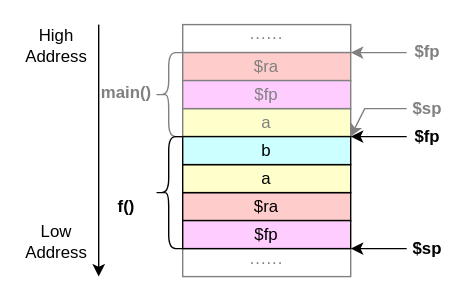
Earlier version of the draw.io export docs/tutorials/imgs/chapter07-3/stack-frame-example.svg (wokron/tolangc). Source tidied: cells renumbered, new cells last; positions are measured from the earlier drawing's top-left corner, leaving out a move shared by most shapes. Its diagram source:
```xml
<mxGraphModel>
  <root>
    <mxCell id="0" />
    <mxCell id="1" parent="0" />
    <mxCell id="2" value="······" style="rounded=0;whiteSpace=wrap;html=1;strokeColor=#808080;fontColor=#808080;" parent="1" vertex="1">
      <mxGeometry x="120" y="160" width="120" height="20" as="geometry" />
    </mxCell>
    <mxCell id="3" value="······" style="rounded=0;whiteSpace=wrap;html=1;fontColor=#808080;strokeColor=#808080;" parent="1" vertex="1">
      <mxGeometry x="120" width="120" height="20" as="geometry" />
    </mxCell>
    <mxCell id="4" value="$ra" style="rounded=0;whiteSpace=wrap;html=1;fillColor=#FFCCCC;fontColor=#808080;strokeColor=#808080;" parent="1" vertex="1">
      <mxGeometry x="120" y="20" width="120" height="20" as="geometry" />
    </mxCell>
    <mxCell id="5" value="a" style="rounded=0;whiteSpace=wrap;html=1;fillColor=#FFFFCC;fontColor=#808080;strokeColor=#808080;" parent="1" vertex="1">
      <mxGeometry x="120" y="60" width="120" height="20" as="geometry" />
    </mxCell>
    <mxCell id="6" value="$fp" style="rounded=0;whiteSpace=wrap;html=1;fillColor=#FFCCFF;fontColor=#808080;strokeColor=#808080;" parent="1" vertex="1">
      <mxGeometry x="120" y="40" width="120" height="20" as="geometry" />
    </mxCell>
    <mxCell id="7" value="$ra" style="rounded=0;whiteSpace=wrap;html=1;fillColor=#FFCCCC;" parent="1" vertex="1">
      <mxGeometry x="120" y="120" width="120" height="20" as="geometry" />
    </mxCell>
    <mxCell id="8" value="a" style="rounded=0;whiteSpace=wrap;html=1;fillColor=#FFFFCC;" parent="1" vertex="1">
      <mxGeometry x="120" y="100" width="120" height="20" as="geometry" />
    </mxCell>
    <mxCell id="9" value="b" style="rounded=0;whiteSpace=wrap;html=1;fillColor=#CCFFFF;" parent="1" vertex="1">
      <mxGeometry x="120" y="80" width="120" height="20" as="geometry" />
    </mxCell>
    <mxCell id="10" value="$fp" style="rounded=0;whiteSpace=wrap;html=1;fillColor=#FFCCFF;" parent="1" vertex="1">
      <mxGeometry x="120" y="140" width="120" height="20" as="geometry" />
    </mxCell>
    <mxCell id="11" style="shape=curlyBracket;whiteSpace=wrap;html=1;rounded=1;labelPosition=left;verticalLabelPosition=middle;align=right;verticalAlign=middle;fontColor=#808080;strokeColor=#808080;" parent="1" vertex="1">
      <mxGeometry x="100" y="20" width="20" height="60" as="geometry" />
    </mxCell>
    <mxCell id="12" style="shape=curlyBracket;whiteSpace=wrap;html=1;rounded=1;labelPosition=left;verticalLabelPosition=middle;align=right;verticalAlign=middle;" parent="1" vertex="1">
      <mxGeometry x="100" y="80" width="20" height="80" as="geometry" />
    </mxCell>
    <mxCell id="13" value="main()" style="text;html=1;strokeColor=none;fillColor=none;align=center;verticalAlign=middle;whiteSpace=wrap;rounded=0;fontStyle=1;fontColor=#808080;" parent="1" vertex="1">
      <mxGeometry x="60" y="34" width="40" height="30" as="geometry" />
    </mxCell>
    <mxCell id="14" value="f()" style="text;html=1;strokeColor=none;fillColor=none;align=center;verticalAlign=middle;whiteSpace=wrap;rounded=0;fontStyle=1;" parent="1" vertex="1">
      <mxGeometry x="60" y="115" width="40" height="30" as="geometry" />
    </mxCell>
    <mxCell id="15" style="endArrow=classic;html=1;rounded=0;strokeColor=#808080;fontColor=#808080;entryX=1;entryY=0;entryDx=0;entryDy=0;" parent="1" edge="1" target="9">
      <mxGeometry relative="1" as="geometry">
        <mxPoint x="280" y="60" as="sourcePoint" />
        <Array as="points">
          <mxPoint x="250" y="60" />
        </Array>
      </mxGeometry>
    </mxCell>
    <mxCell id="16" value="$sp" style="text;html=1;strokeColor=none;fillColor=none;align=center;verticalAlign=middle;whiteSpace=wrap;rounded=0;fontStyle=1;fontColor=#808080;" parent="1" vertex="1">
      <mxGeometry x="280" y="50" width="30" height="20" as="geometry" />
    </mxCell>
    <mxCell id="17" style="endArrow=classic;html=1;rounded=0;" parent="1" edge="1">
      <mxGeometry relative="1" as="geometry">
        <mxPoint x="280" y="80" as="sourcePoint" />
        <mxPoint x="240" y="80" as="targetPoint" />
      </mxGeometry>
    </mxCell>
    <mxCell id="18" value="$fp" style="text;html=1;strokeColor=none;fillColor=none;align=center;verticalAlign=middle;whiteSpace=wrap;rounded=0;fontStyle=1;" parent="1" vertex="1">
      <mxGeometry x="280" y="70" width="30" height="20" as="geometry" />
    </mxCell>
    <mxCell id="19" style="endArrow=classic;html=1;rounded=0;" parent="1" edge="1">
      <mxGeometry relative="1" as="geometry">
        <mxPoint x="60" as="sourcePoint" />
        <mxPoint x="60" y="180" as="targetPoint" />
      </mxGeometry>
    </mxCell>
    <mxCell id="20" value="High Address" style="text;html=1;strokeColor=none;fillColor=none;align=center;verticalAlign=middle;whiteSpace=wrap;rounded=0;" parent="1" vertex="1">
      <mxGeometry width="60" height="30" as="geometry" />
    </mxCell>
    <mxCell id="21" value="Low Address" style="text;html=1;strokeColor=none;fillColor=none;align=center;verticalAlign=middle;whiteSpace=wrap;rounded=0;" parent="1" vertex="1">
      <mxGeometry y="140" width="60" height="30" as="geometry" />
    </mxCell>
    <mxCell id="22" style="endArrow=classic;html=1;rounded=0;strokeColor=#808080;fontColor=#808080;" parent="1" edge="1">
      <mxGeometry relative="1" as="geometry">
        <mxPoint x="280" y="20" as="sourcePoint" />
        <mxPoint x="240" y="20" as="targetPoint" />
      </mxGeometry>
    </mxCell>
    <mxCell id="23" value="$fp" style="text;html=1;strokeColor=none;fillColor=none;align=center;verticalAlign=middle;whiteSpace=wrap;rounded=0;fontStyle=1;fontColor=#808080;" parent="1" vertex="1">
      <mxGeometry x="280" y="10" width="30" height="20" as="geometry" />
    </mxCell>
    <mxCell id="24" style="endArrow=classic;html=1;rounded=0;" parent="1" edge="1">
      <mxGeometry relative="1" as="geometry">
        <mxPoint x="280" y="160" as="sourcePoint" />
        <mxPoint x="240" y="160" as="targetPoint" />
      </mxGeometry>
    </mxCell>
    <mxCell id="25" value="$sp" style="text;html=1;strokeColor=none;fillColor=none;align=center;verticalAlign=middle;whiteSpace=wrap;rounded=0;fontStyle=1;" parent="1" vertex="1">
      <mxGeometry x="280" y="150" width="30" height="20" as="geometry" />
    </mxCell>
  </root>
</mxGraphModel>
```
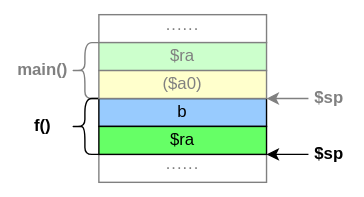
Above is the later version.

Commit message:
update: stack frame for MIPS

The edit, as a diff of the source:
```diff
@@ -2,94 +2,53 @@
   <root>
     <mxCell id="0" />
     <mxCell id="1" parent="0" />
+    <mxCell id="3" value="······" style="rounded=0;whiteSpace=wrap;html=1;fontColor=#808080;strokeColor=#808080;" parent="1" vertex="1">
+      <mxGeometry x="120" width="120" height="20" as="geometry" />
+    </mxCell>
-    <mxCell id="2" value="······" style="rounded=0;whiteSpace=wrap;html=1;strokeColor=#808080;fontColor=#808080;" parent="1" vertex="1">
-      <mxGeometry x="120" y="160" width="120" height="20" as="geometry" />
+    <mxCell id="2" value="······" style="rounded=0;whiteSpace=wrap;html=1;fontColor=#808080;strokeColor=#808080;" parent="1" vertex="1">
+      <mxGeometry x="120" y="100" width="120" height="20" as="geometry" />
     </mxCell>
-    <mxCell id="3" value="······" style="rounded=0;whiteSpace=wrap;html=1;fontColor=#808080;strokeColor=#808080;" parent="1" vertex="1">
-      <mxGeometry x="120" width="120" height="20" as="geometry" />
-    </mxCell>
-    <mxCell id="4" value="$ra" style="rounded=0;whiteSpace=wrap;html=1;fillColor=#FFCCCC;fontColor=#808080;strokeColor=#808080;" parent="1" vertex="1">
+    <mxCell id="4" value="$ra" style="rounded=0;whiteSpace=wrap;html=1;fillColor=#CCFFCC;fontColor=#808080;strokeColor=#808080;" parent="1" vertex="1">
       <mxGeometry x="120" y="20" width="120" height="20" as="geometry" />
     </mxCell>
-    <mxCell id="5" value="a" style="rounded=0;whiteSpace=wrap;html=1;fillColor=#FFFFCC;fontColor=#808080;strokeColor=#808080;" parent="1" vertex="1">
-      <mxGeometry x="120" y="60" width="120" height="20" as="geometry" />
-    </mxCell>
-    <mxCell id="6" value="$fp" style="rounded=0;whiteSpace=wrap;html=1;fillColor=#FFCCFF;fontColor=#808080;strokeColor=#808080;" parent="1" vertex="1">
-      <mxGeometry x="120" y="40" width="120" height="20" as="geometry" />
-    </mxCell>
-    <mxCell id="7" value="$ra" style="rounded=0;whiteSpace=wrap;html=1;fillColor=#FFCCCC;" parent="1" vertex="1">
-      <mxGeometry x="120" y="120" width="120" height="20" as="geometry" />
-    </mxCell>
-    <mxCell id="8" value="a" style="rounded=0;whiteSpace=wrap;html=1;fillColor=#FFFFCC;" parent="1" vertex="1">
-      <mxGeometry x="120" y="100" width="120" height="20" as="geometry" />
-    </mxCell>
-    <mxCell id="9" value="b" style="rounded=0;whiteSpace=wrap;html=1;fillColor=#CCFFFF;" parent="1" vertex="1">
-      <mxGeometry x="120" y="80" width="120" height="20" as="geometry" />
+    <mxCell id="9" value="b" style="rounded=0;whiteSpace=wrap;html=1;fillColor=#98CBFE;" parent="1" vertex="1">
+      <mxGeometry x="120" y="60" width="120" height="20" as="geometry" />
     </mxCell>
-    <mxCell id="10" value="$fp" style="rounded=0;whiteSpace=wrap;html=1;fillColor=#FFCCFF;" parent="1" vertex="1">
-      <mxGeometry x="120" y="140" width="120" height="20" as="geometry" />
-    </mxCell>
     <mxCell id="11" style="shape=curlyBracket;whiteSpace=wrap;html=1;rounded=1;labelPosition=left;verticalLabelPosition=middle;align=right;verticalAlign=middle;fontColor=#808080;strokeColor=#808080;" parent="1" vertex="1">
-      <mxGeometry x="100" y="20" width="20" height="60" as="geometry" />
+      <mxGeometry x="100" y="20" width="20" height="40" as="geometry" />
     </mxCell>
     <mxCell id="12" style="shape=curlyBracket;whiteSpace=wrap;html=1;rounded=1;labelPosition=left;verticalLabelPosition=middle;align=right;verticalAlign=middle;" parent="1" vertex="1">
-      <mxGeometry x="100" y="80" width="20" height="80" as="geometry" />
+      <mxGeometry x="100" y="60" width="20" height="40" as="geometry" />
     </mxCell>
     <mxCell id="13" value="main()" style="text;html=1;strokeColor=none;fillColor=none;align=center;verticalAlign=middle;whiteSpace=wrap;rounded=0;fontStyle=1;fontColor=#808080;" parent="1" vertex="1">
-      <mxGeometry x="60" y="34" width="40" height="30" as="geometry" />
+      <mxGeometry x="60" y="25" width="40" height="30" as="geometry" />
     </mxCell>
     <mxCell id="14" value="f()" style="text;html=1;strokeColor=none;fillColor=none;align=center;verticalAlign=middle;whiteSpace=wrap;rounded=0;fontStyle=1;" parent="1" vertex="1">
-      <mxGeometry x="60" y="115" width="40" height="30" as="geometry" />
+      <mxGeometry x="60" y="65" width="40" height="30" as="geometry" />
     </mxCell>
-    <mxCell id="15" style="endArrow=classic;html=1;rounded=0;strokeColor=#808080;fontColor=#808080;entryX=1;entryY=0;entryDx=0;entryDy=0;" parent="1" edge="1" target="9">
+    <mxCell id="15" style="endArrow=classic;html=1;rounded=0;strokeColor=#808080;fontColor=#808080;entryX=1;entryY=0;entryDx=0;entryDy=0;exitX=0;exitY=0.5;exitDx=0;exitDy=0;" parent="1" edge="1" source="16" target="9">
       <mxGeometry relative="1" as="geometry">
-        <mxPoint x="280" y="60" as="sourcePoint" />
         <Array as="points">
           <mxPoint x="250" y="60" />
         </Array>
       </mxGeometry>
     </mxCell>
     <mxCell id="16" value="$sp" style="text;html=1;strokeColor=none;fillColor=none;align=center;verticalAlign=middle;whiteSpace=wrap;rounded=0;fontStyle=1;fontColor=#808080;" parent="1" vertex="1">
-      <mxGeometry x="280" y="50" width="30" height="20" as="geometry" />
+      <mxGeometry x="270" y="50" width="30" height="20" as="geometry" />
     </mxCell>
-    <mxCell id="17" style="endArrow=classic;html=1;rounded=0;" parent="1" edge="1">
-      <mxGeometry relative="1" as="geometry">
-        <mxPoint x="280" y="80" as="sourcePoint" />
-        <mxPoint x="240" y="80" as="targetPoint" />
-      </mxGeometry>
-    </mxCell>
-    <mxCell id="18" value="$fp" style="text;html=1;strokeColor=none;fillColor=none;align=center;verticalAlign=middle;whiteSpace=wrap;rounded=0;fontStyle=1;" parent="1" vertex="1">
-      <mxGeometry x="280" y="70" width="30" height="20" as="geometry" />
-    </mxCell>
-    <mxCell id="19" style="endArrow=classic;html=1;rounded=0;" parent="1" edge="1">
-      <mxGeometry relative="1" as="geometry">
-        <mxPoint x="60" as="sourcePoint" />
-        <mxPoint x="60" y="180" as="targetPoint" />
-      </mxGeometry>
-    </mxCell>
-    <mxCell id="20" value="High Address" style="text;html=1;strokeColor=none;fillColor=none;align=center;verticalAlign=middle;whiteSpace=wrap;rounded=0;" parent="1" vertex="1">
-      <mxGeometry width="60" height="30" as="geometry" />
-    </mxCell>
-    <mxCell id="21" value="Low Address" style="text;html=1;strokeColor=none;fillColor=none;align=center;verticalAlign=middle;whiteSpace=wrap;rounded=0;" parent="1" vertex="1">
-      <mxGeometry y="140" width="60" height="30" as="geometry" />
-    </mxCell>
-    <mxCell id="22" style="endArrow=classic;html=1;rounded=0;strokeColor=#808080;fontColor=#808080;" parent="1" edge="1">
-      <mxGeometry relative="1" as="geometry">
-        <mxPoint x="280" y="20" as="sourcePoint" />
-        <mxPoint x="240" y="20" as="targetPoint" />
-      </mxGeometry>
-    </mxCell>
-    <mxCell id="23" value="$fp" style="text;html=1;strokeColor=none;fillColor=none;align=center;verticalAlign=middle;whiteSpace=wrap;rounded=0;fontStyle=1;fontColor=#808080;" parent="1" vertex="1">
-      <mxGeometry x="280" y="10" width="30" height="20" as="geometry" />
-    </mxCell>
-    <mxCell id="24" style="endArrow=classic;html=1;rounded=0;" parent="1" edge="1">
+    <mxCell id="24" style="endArrow=classic;html=1;rounded=0;exitX=0;exitY=0.5;exitDx=0;exitDy=0;" parent="1" edge="1" source="25">
       <mxGeometry relative="1" as="geometry">
-        <mxPoint x="280" y="160" as="sourcePoint" />
-        <mxPoint x="240" y="160" as="targetPoint" />
+        <mxPoint x="240" y="100" as="targetPoint" />
       </mxGeometry>
     </mxCell>
     <mxCell id="25" value="$sp" style="text;html=1;strokeColor=none;fillColor=none;align=center;verticalAlign=middle;whiteSpace=wrap;rounded=0;fontStyle=1;" parent="1" vertex="1">
-      <mxGeometry x="280" y="150" width="30" height="20" as="geometry" />
+      <mxGeometry x="270" y="90" width="30" height="20" as="geometry" />
     </mxCell>
+    <mxCell id="26" value="($a0)" style="rounded=0;whiteSpace=wrap;html=1;fillColor=#FFFFCC;strokeColor=#808080;fontColor=#808080;" parent="1" vertex="1">
+      <mxGeometry x="120" y="40" width="120" height="20" as="geometry" />
+    </mxCell>
+    <mxCell id="7" value="$ra" style="rounded=0;whiteSpace=wrap;html=1;fillColor=#66FF66;fontColor=#000000;strokeColor=#000000;" parent="1" vertex="1">
+      <mxGeometry x="120" y="80" width="120" height="20" as="geometry" />
+    </mxCell>
   </root>
 </mxGraphModel>
```
